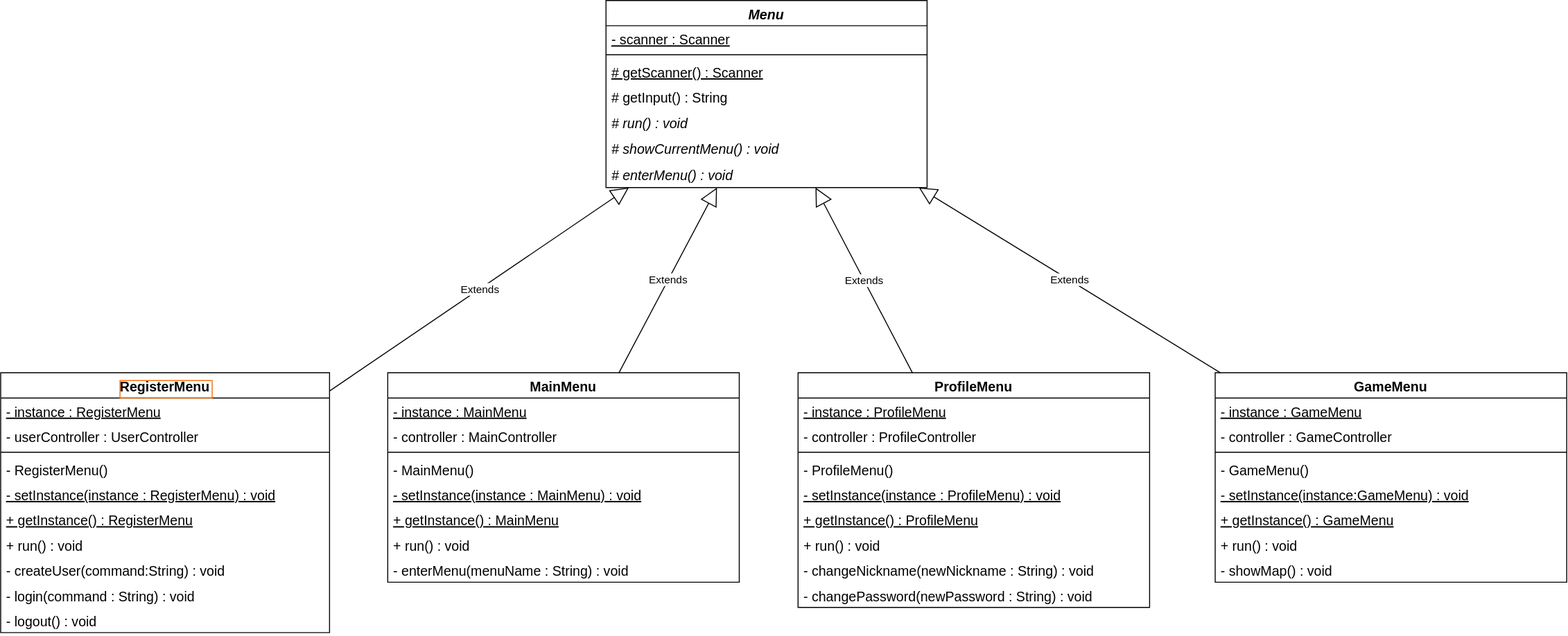
This is ViewUML.drawio.svg from AdvancedProgrammingSUT2022/project-group-21, a draw.io export, as it was before one commit. Source tidied: cells renumbered, new cells last; positions are measured from the earlier drawing's top-left corner, leaving out a move shared by most shapes. Its diagram source:
```xml
<mxGraphModel>
  <root>
    <mxCell id="0" />
    <mxCell id="1" parent="0" />
    <mxCell id="2" value="Menu" style="swimlane;fontStyle=3;align=center;verticalAlign=top;horizontal=1;startSize=26;labelBackgroundColor=none;labelBorderColor=none;fontSize=14;" parent="1" vertex="1">
      <mxGeometry x="624" width="331" height="193" as="geometry" />
    </mxCell>
    <mxCell id="3" value="- scanner : Scanner" style="text;align=left;verticalAlign=top;spacingLeft=4;spacingRight=4;overflow=hidden;labelBackgroundColor=none;labelBorderColor=none;fontSize=14;fontStyle=4;" parent="2" vertex="1">
      <mxGeometry y="26" width="331" height="26" as="geometry" />
    </mxCell>
    <mxCell id="4" style="line;strokeWidth=1;align=left;verticalAlign=middle;spacingTop=-1;spacingLeft=3;spacingRight=3;labelPosition=right;labelBackgroundColor=none;labelBorderColor=#FFFFFF;" parent="2" vertex="1">
      <mxGeometry y="52" width="331" height="8" as="geometry" />
    </mxCell>
    <mxCell id="5" value="# getScanner() : Scanner" style="text;align=left;verticalAlign=top;spacingLeft=4;spacingRight=4;overflow=hidden;labelBackgroundColor=none;labelBorderColor=none;fontSize=14;fontStyle=4;" parent="2" vertex="1">
      <mxGeometry y="60" width="331" height="26" as="geometry" />
    </mxCell>
    <mxCell id="6" value="# getInput() : String" style="text;align=left;verticalAlign=top;spacingLeft=4;spacingRight=4;overflow=hidden;labelBackgroundColor=none;labelBorderColor=none;fontSize=14;fontStyle=0;" parent="2" vertex="1">
      <mxGeometry y="86" width="331" height="26" as="geometry" />
    </mxCell>
    <mxCell id="7" value="# run() : void" style="text;align=left;verticalAlign=top;spacingLeft=4;spacingRight=4;overflow=hidden;labelBackgroundColor=none;labelBorderColor=none;fontSize=14;fontStyle=2;" parent="2" vertex="1">
      <mxGeometry y="112" width="331" height="27" as="geometry" />
    </mxCell>
    <mxCell id="8" value="# showCurrentMenu() : void" style="text;align=left;verticalAlign=top;spacingLeft=4;spacingRight=4;overflow=hidden;labelBackgroundColor=none;labelBorderColor=none;fontSize=14;fontStyle=2;" parent="2" vertex="1">
      <mxGeometry y="139" width="331" height="27" as="geometry" />
    </mxCell>
    <mxCell id="9" value="# enterMenu() : void" style="text;align=left;verticalAlign=top;spacingLeft=4;spacingRight=4;overflow=hidden;labelBackgroundColor=none;labelBorderColor=none;fontSize=14;fontStyle=2;" parent="2" vertex="1">
      <mxGeometry y="166" width="331" height="27" as="geometry" />
    </mxCell>
    <mxCell id="10" value="RegisterMenu" style="swimlane;fontStyle=1;align=center;verticalAlign=top;horizontal=1;startSize=26;labelBackgroundColor=none;labelBorderColor=#FA6800;fontSize=14;" parent="1" vertex="1">
      <mxGeometry y="384" width="339" height="268" as="geometry" />
    </mxCell>
    <mxCell id="11" value="- instance : RegisterMenu" style="text;align=left;verticalAlign=top;spacingLeft=4;spacingRight=4;overflow=hidden;labelBackgroundColor=none;labelBorderColor=none;fontSize=14;fontStyle=4;" parent="10" vertex="1">
      <mxGeometry y="26" width="339" height="26" as="geometry" />
    </mxCell>
    <mxCell id="12" value="- userController : UserController" style="text;align=left;verticalAlign=top;spacingLeft=4;spacingRight=4;overflow=hidden;labelBackgroundColor=none;labelBorderColor=none;fontSize=14;" parent="10" vertex="1">
      <mxGeometry y="52" width="339" height="26" as="geometry" />
    </mxCell>
    <mxCell id="13" style="line;strokeWidth=1;align=left;verticalAlign=middle;spacingTop=-1;spacingLeft=3;spacingRight=3;labelPosition=right;labelBackgroundColor=none;labelBorderColor=#FA7034;fontSize=14;" parent="10" vertex="1">
      <mxGeometry y="78" width="339" height="8" as="geometry" />
    </mxCell>
    <mxCell id="14" value="- RegisterMenu()" style="text;align=left;verticalAlign=top;spacingLeft=4;spacingRight=4;overflow=hidden;labelBackgroundColor=none;labelBorderColor=none;fontSize=14;" parent="10" vertex="1">
      <mxGeometry y="86" width="339" height="26" as="geometry" />
    </mxCell>
    <mxCell id="15" value="- setInstance(instance : RegisterMenu) : void" style="text;align=left;verticalAlign=top;spacingLeft=4;spacingRight=4;overflow=hidden;labelBackgroundColor=none;labelBorderColor=none;fontSize=14;fontStyle=4;" parent="10" vertex="1">
      <mxGeometry y="112" width="339" height="26" as="geometry" />
    </mxCell>
    <mxCell id="16" value="+ getInstance() : RegisterMenu" style="text;align=left;verticalAlign=top;spacingLeft=4;spacingRight=4;overflow=hidden;labelBackgroundColor=none;labelBorderColor=none;fontSize=14;fontStyle=4;" parent="10" vertex="1">
      <mxGeometry y="138" width="339" height="26" as="geometry" />
    </mxCell>
    <mxCell id="17" value="+ run() : void" style="text;align=left;verticalAlign=top;spacingLeft=4;spacingRight=4;overflow=hidden;labelBackgroundColor=none;labelBorderColor=none;fontSize=14;" parent="10" vertex="1">
      <mxGeometry y="164" width="339" height="26" as="geometry" />
    </mxCell>
    <mxCell id="18" value="- createUser(command:String) : void" style="text;align=left;verticalAlign=top;spacingLeft=4;spacingRight=4;overflow=hidden;labelBackgroundColor=none;labelBorderColor=none;fontSize=14;" parent="10" vertex="1">
      <mxGeometry y="190" width="339" height="26" as="geometry" />
    </mxCell>
    <mxCell id="19" value="- login(command : String) : void" style="text;align=left;verticalAlign=top;spacingLeft=4;spacingRight=4;overflow=hidden;labelBackgroundColor=none;labelBorderColor=none;fontSize=14;" parent="10" vertex="1">
      <mxGeometry y="216" width="339" height="26" as="geometry" />
    </mxCell>
    <mxCell id="20" value="- logout() : void" style="text;align=left;verticalAlign=top;spacingLeft=4;spacingRight=4;overflow=hidden;labelBackgroundColor=none;labelBorderColor=none;fontSize=14;" parent="10" vertex="1">
      <mxGeometry y="242" width="339" height="26" as="geometry" />
    </mxCell>
    <mxCell id="21" value="MainMenu" style="swimlane;fontStyle=1;align=center;verticalAlign=top;horizontal=1;startSize=26;fontSize=14;" parent="1" vertex="1">
      <mxGeometry x="399" y="384" width="362.4" height="216" as="geometry" />
    </mxCell>
    <mxCell id="22" value="- instance : MainMenu" style="text;align=left;verticalAlign=top;spacingLeft=4;spacingRight=4;overflow=hidden;fontSize=14;fontStyle=4;" parent="21" vertex="1">
      <mxGeometry y="26" width="362.4" height="26" as="geometry" />
    </mxCell>
    <mxCell id="23" value="- controller : MainController" style="text;align=left;verticalAlign=top;spacingLeft=4;spacingRight=4;overflow=hidden;fontSize=14;" parent="21" vertex="1">
      <mxGeometry y="52" width="362.4" height="26" as="geometry" />
    </mxCell>
    <mxCell id="24" style="line;strokeWidth=1;align=left;verticalAlign=middle;spacingTop=-1;spacingLeft=3;spacingRight=3;labelPosition=right;" parent="21" vertex="1">
      <mxGeometry y="78" width="362.4" height="8" as="geometry" />
    </mxCell>
    <mxCell id="25" value="- MainMenu()" style="text;align=left;verticalAlign=top;spacingLeft=4;spacingRight=4;overflow=hidden;fontSize=14;" parent="21" vertex="1">
      <mxGeometry y="86" width="362.4" height="26" as="geometry" />
    </mxCell>
    <mxCell id="26" value="- setInstance(instance : MainMenu) : void" style="text;align=left;verticalAlign=top;spacingLeft=4;spacingRight=4;overflow=hidden;fontSize=14;fontStyle=4;" parent="21" vertex="1">
      <mxGeometry y="112" width="362.4" height="26" as="geometry" />
    </mxCell>
    <mxCell id="27" value="+ getInstance() : MainMenu" style="text;align=left;verticalAlign=top;spacingLeft=4;spacingRight=4;overflow=hidden;fontSize=14;fontStyle=4;" parent="21" vertex="1">
      <mxGeometry y="138" width="362.4" height="26" as="geometry" />
    </mxCell>
    <mxCell id="28" value="+ run() : void" style="text;align=left;verticalAlign=top;spacingLeft=4;spacingRight=4;overflow=hidden;fontSize=14;" parent="21" vertex="1">
      <mxGeometry y="164" width="362.4" height="26" as="geometry" />
    </mxCell>
    <mxCell id="29" value="- enterMenu(menuName : String) : void" style="text;align=left;verticalAlign=top;spacingLeft=4;spacingRight=4;overflow=hidden;fontSize=14;" parent="21" vertex="1">
      <mxGeometry y="190" width="362.4" height="26" as="geometry" />
    </mxCell>
    <mxCell id="30" value="ProfileMenu" style="swimlane;fontStyle=1;align=center;verticalAlign=top;horizontal=1;startSize=26;fontSize=14;" parent="1" vertex="1">
      <mxGeometry x="822" y="384" width="362.4" height="242" as="geometry" />
    </mxCell>
    <mxCell id="31" value="- instance : ProfileMenu" style="text;align=left;verticalAlign=top;spacingLeft=4;spacingRight=4;overflow=hidden;fontSize=14;fontStyle=4;" parent="30" vertex="1">
      <mxGeometry y="26" width="362.4" height="26" as="geometry" />
    </mxCell>
    <mxCell id="32" value="- controller : ProfileController" style="text;align=left;verticalAlign=top;spacingLeft=4;spacingRight=4;overflow=hidden;fontSize=14;" parent="30" vertex="1">
      <mxGeometry y="52" width="362.4" height="26" as="geometry" />
    </mxCell>
    <mxCell id="33" style="line;strokeWidth=1;align=left;verticalAlign=middle;spacingTop=-1;spacingLeft=3;spacingRight=3;labelPosition=right;" parent="30" vertex="1">
      <mxGeometry y="78" width="362.4" height="8" as="geometry" />
    </mxCell>
    <mxCell id="34" value="- ProfileMenu()" style="text;align=left;verticalAlign=top;spacingLeft=4;spacingRight=4;overflow=hidden;fontSize=14;" parent="30" vertex="1">
      <mxGeometry y="86" width="362.4" height="26" as="geometry" />
    </mxCell>
    <mxCell id="35" value="- setInstance(instance : ProfileMenu) : void" style="text;align=left;verticalAlign=top;spacingLeft=4;spacingRight=4;overflow=hidden;fontSize=14;fontStyle=4;" parent="30" vertex="1">
      <mxGeometry y="112" width="362.4" height="26" as="geometry" />
    </mxCell>
    <mxCell id="36" value="+ getInstance() : ProfileMenu" style="text;align=left;verticalAlign=top;spacingLeft=4;spacingRight=4;overflow=hidden;fontSize=14;fontStyle=4;" parent="30" vertex="1">
      <mxGeometry y="138" width="362.4" height="26" as="geometry" />
    </mxCell>
    <mxCell id="37" value="+ run() : void" style="text;align=left;verticalAlign=top;spacingLeft=4;spacingRight=4;overflow=hidden;fontSize=14;" parent="30" vertex="1">
      <mxGeometry y="164" width="362.4" height="26" as="geometry" />
    </mxCell>
    <mxCell id="38" value="- changeNickname(newNickname : String) : void" style="text;align=left;verticalAlign=top;spacingLeft=4;spacingRight=4;overflow=hidden;fontSize=14;" parent="30" vertex="1">
      <mxGeometry y="190" width="362.4" height="26" as="geometry" />
    </mxCell>
    <mxCell id="39" value="- changePassword(newPassword : String) : void" style="text;align=left;verticalAlign=top;spacingLeft=4;spacingRight=4;overflow=hidden;fontSize=14;" parent="30" vertex="1">
      <mxGeometry y="216" width="362.4" height="26" as="geometry" />
    </mxCell>
    <mxCell id="40" value="GameMenu" style="swimlane;fontStyle=1;align=center;verticalAlign=top;horizontal=1;startSize=26;fontSize=14;" parent="1" vertex="1">
      <mxGeometry x="1252" y="384" width="362.4" height="216" as="geometry" />
    </mxCell>
    <mxCell id="41" value="- instance : GameMenu" style="text;align=left;verticalAlign=top;spacingLeft=4;spacingRight=4;overflow=hidden;fontSize=14;fontStyle=4;" parent="40" vertex="1">
      <mxGeometry y="26" width="362.4" height="26" as="geometry" />
    </mxCell>
    <mxCell id="42" value="- controller : GameController" style="text;align=left;verticalAlign=top;spacingLeft=4;spacingRight=4;overflow=hidden;fontSize=14;" parent="40" vertex="1">
      <mxGeometry y="52" width="362.4" height="26" as="geometry" />
    </mxCell>
    <mxCell id="43" style="line;strokeWidth=1;align=left;verticalAlign=middle;spacingTop=-1;spacingLeft=3;spacingRight=3;labelPosition=right;" parent="40" vertex="1">
      <mxGeometry y="78" width="362.4" height="8" as="geometry" />
    </mxCell>
    <mxCell id="44" value="- GameMenu()" style="text;align=left;verticalAlign=top;spacingLeft=4;spacingRight=4;overflow=hidden;fontSize=14;" parent="40" vertex="1">
      <mxGeometry y="86" width="362.4" height="26" as="geometry" />
    </mxCell>
    <mxCell id="45" value="- setInstance(instance:GameMenu) : void" style="text;align=left;verticalAlign=top;spacingLeft=4;spacingRight=4;overflow=hidden;fontSize=14;fontStyle=4;" parent="40" vertex="1">
      <mxGeometry y="112" width="362.4" height="26" as="geometry" />
    </mxCell>
    <mxCell id="46" value="+ getInstance() : GameMenu" style="text;align=left;verticalAlign=top;spacingLeft=4;spacingRight=4;overflow=hidden;fontSize=14;fontStyle=4;" parent="40" vertex="1">
      <mxGeometry y="138" width="362.4" height="26" as="geometry" />
    </mxCell>
    <mxCell id="47" value="+ run() : void" style="text;align=left;verticalAlign=top;spacingLeft=4;spacingRight=4;overflow=hidden;fontSize=14;" parent="40" vertex="1">
      <mxGeometry y="164" width="362.4" height="26" as="geometry" />
    </mxCell>
    <mxCell id="48" value="- showMap() : void" style="text;align=left;verticalAlign=top;spacingLeft=4;spacingRight=4;overflow=hidden;fontSize=14;" parent="40" vertex="1">
      <mxGeometry y="190" width="362.4" height="26" as="geometry" />
    </mxCell>
    <mxCell id="49" value="Extends" style="endArrow=block;endSize=16;endFill=0;html=1;" parent="1" edge="1" source="10" target="2">
      <mxGeometry relative="1" as="geometry" />
    </mxCell>
    <mxCell id="50" value="Extends" style="endArrow=block;endSize=16;endFill=0;html=1;" parent="1" edge="1" source="21" target="2">
      <mxGeometry relative="1" as="geometry" />
    </mxCell>
    <mxCell id="51" value="Extends" style="endArrow=block;endSize=16;endFill=0;html=1;" parent="1" edge="1" source="30" target="2">
      <mxGeometry relative="1" as="geometry" />
    </mxCell>
    <mxCell id="52" value="Extends" style="endArrow=block;endSize=16;endFill=0;html=1;" parent="1" edge="1" source="40" target="2">
      <mxGeometry relative="1" as="geometry" />
    </mxCell>
  </root>
</mxGraphModel>
```
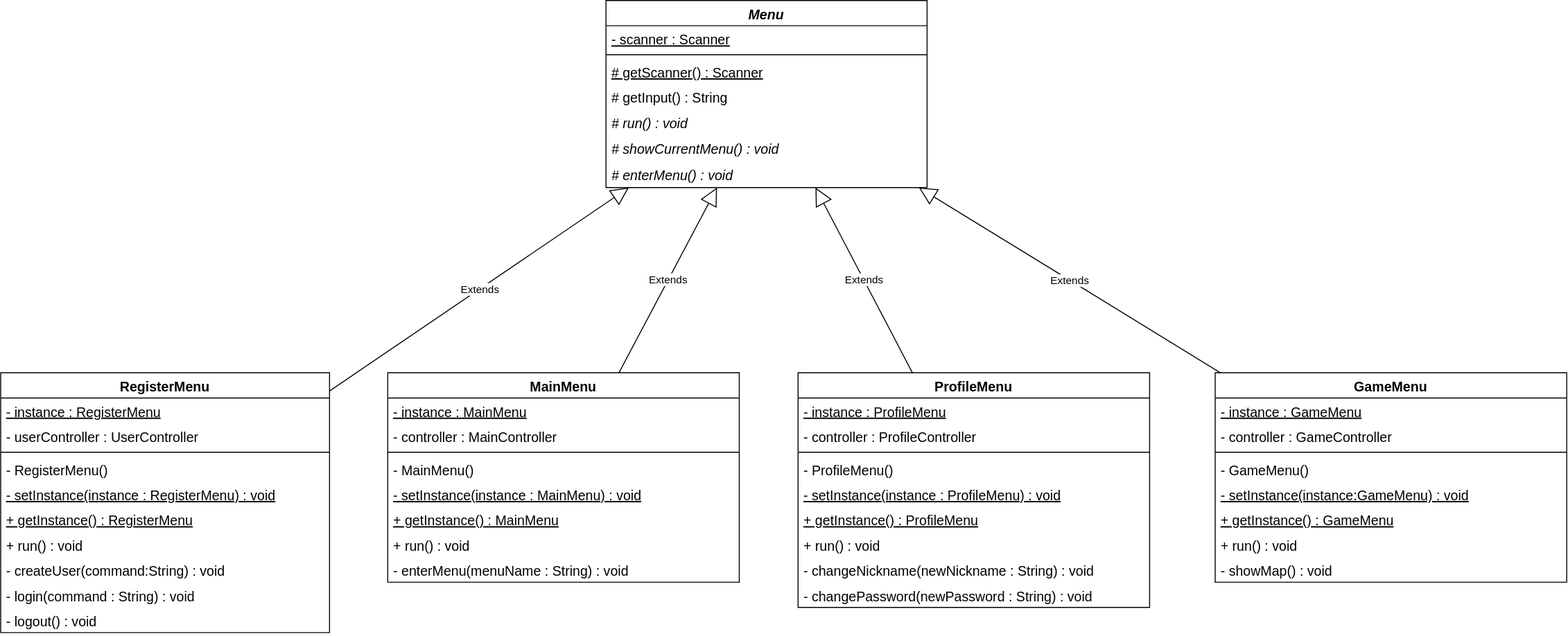
Later version of the same file.

What changed in the source:
```diff
@@ -26,7 +26,7 @@
     <mxCell id="9" value="# enterMenu() : void" style="text;align=left;verticalAlign=top;spacingLeft=4;spacingRight=4;overflow=hidden;labelBackgroundColor=none;labelBorderColor=none;fontSize=14;fontStyle=2;" parent="2" vertex="1">
       <mxGeometry y="166" width="331" height="27" as="geometry" />
     </mxCell>
-    <mxCell id="10" value="RegisterMenu" style="swimlane;fontStyle=1;align=center;verticalAlign=top;horizontal=1;startSize=26;labelBackgroundColor=none;labelBorderColor=#FA6800;fontSize=14;" parent="1" vertex="1">
+    <mxCell id="10" value="RegisterMenu" style="swimlane;fontStyle=1;align=center;verticalAlign=top;horizontal=1;startSize=26;labelBackgroundColor=none;labelBorderColor=none;fontSize=14;" parent="1" vertex="1">
       <mxGeometry y="384" width="339" height="268" as="geometry" />
     </mxCell>
     <mxCell id="11" value="- instance : RegisterMenu" style="text;align=left;verticalAlign=top;spacingLeft=4;spacingRight=4;overflow=hidden;labelBackgroundColor=none;labelBorderColor=none;fontSize=14;fontStyle=4;" parent="10" vertex="1">
```
